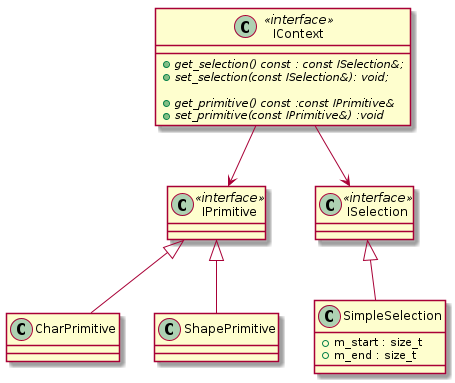
Earlier version of the PlantUML export Editor/Diagrams/context.png (CheskisVladimir/otus-2025).
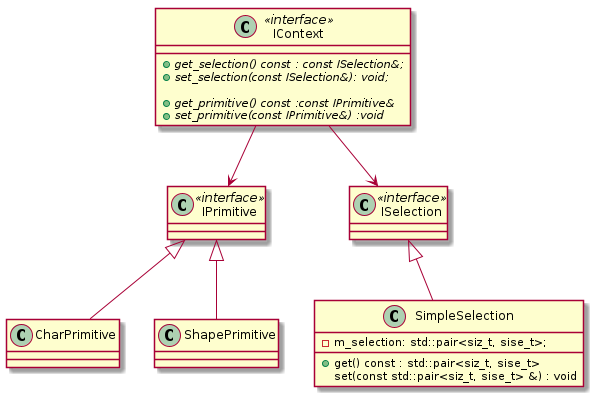
After the change.

The edit, as a diff of the source:
```diff
@@ -19,8 +19,10 @@
 
 class ISelection<<interface>>{}
 class SimpleSelection{
-  + m_start : size_t
-  + m_end : size_t
+  -m_selection: std::pair<siz_t, sise_t>;
+  +get() const : std::pair<siz_t, sise_t>
+  set(const std::pair<siz_t, sise_t> &) : void
+
 }
 
 IContext --> IPrimitive
```
